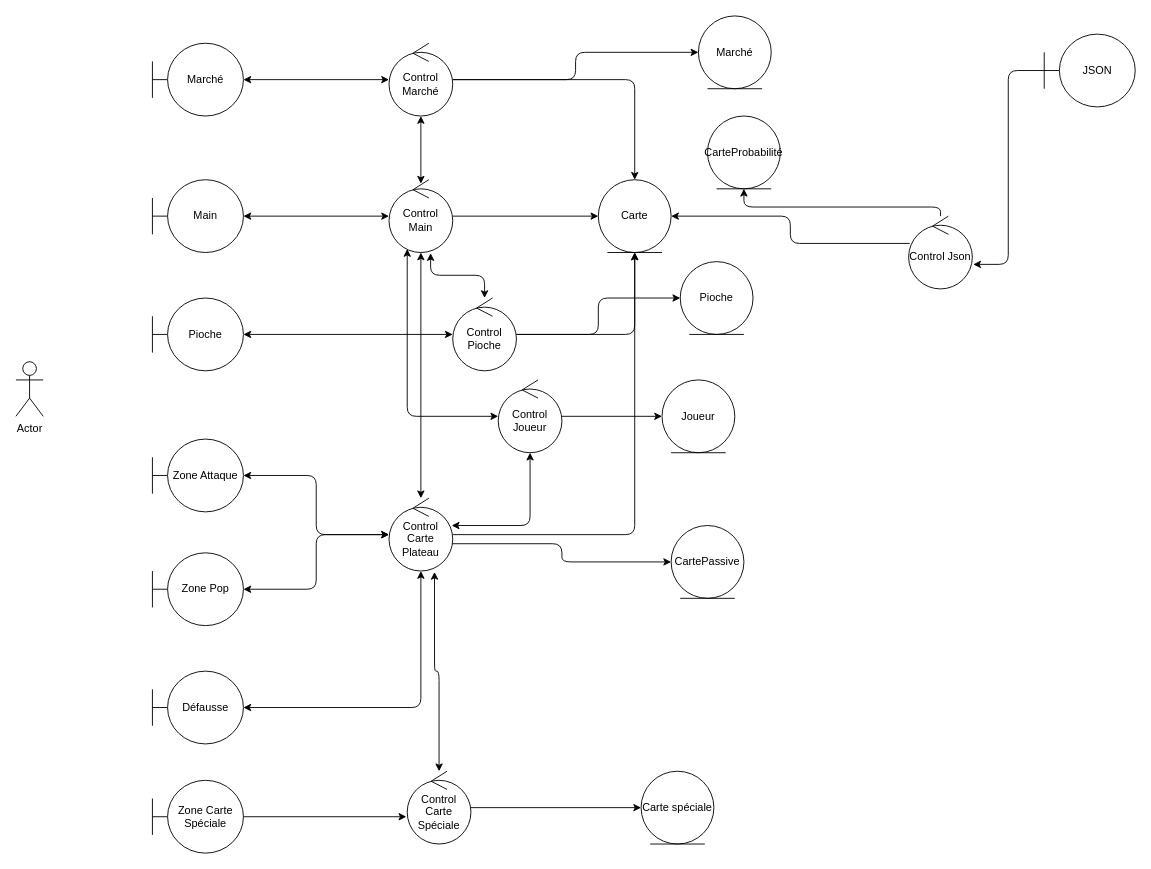
coco875/ProjetPirate keeps this draw.io diagram as Diagramme de robustesse.drawio. Above is the earlier version. Source tidied: cells renumbered, new cells numbered last; positions are measured from the earlier drawing's top-left corner, leaving out a move shared by most shapes. Both pictures are drawn from the tidied source at 91%, with x=0, y=0 at pixel (15, 15).
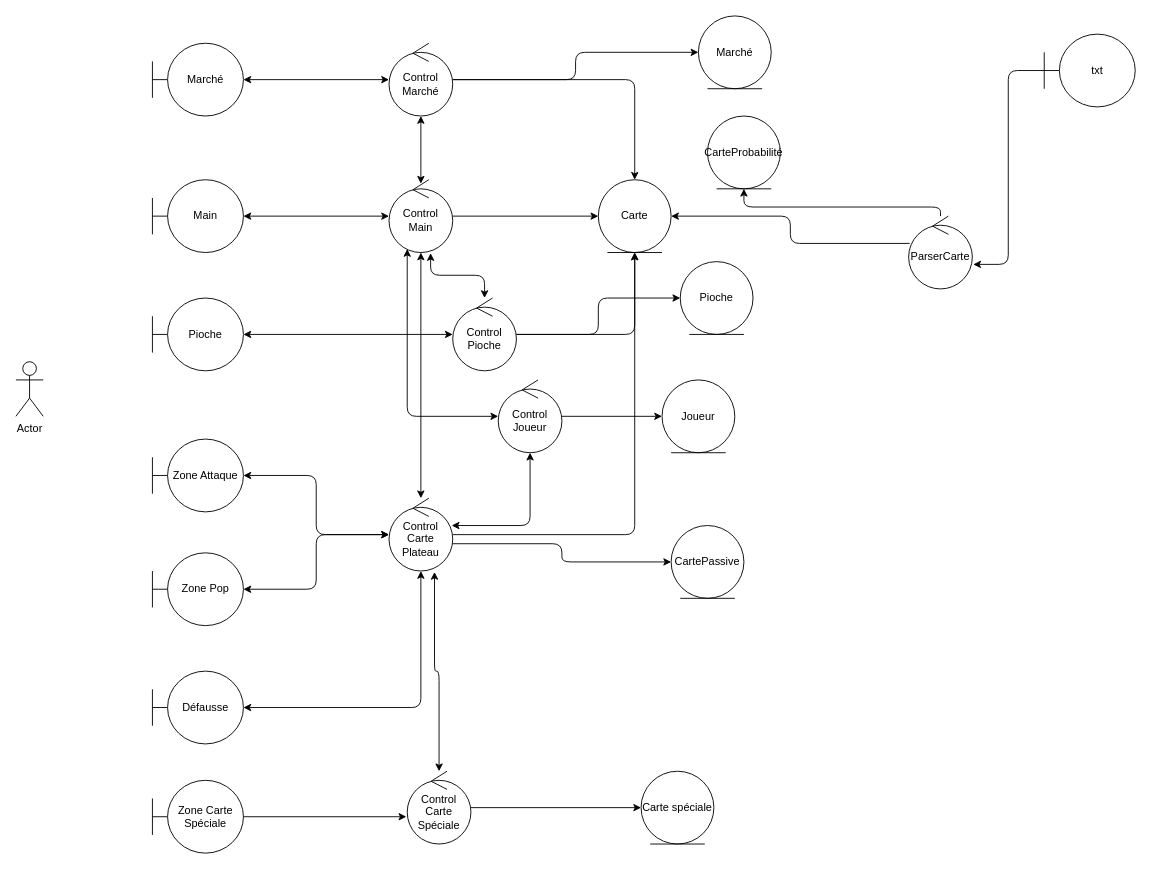
Above is the later version.

What changed in the source:
```diff
@@
-    <mxCell id="44" value="JSON" style="shape=umlBoundary;whiteSpace=wrap;html=1;" parent="1" vertex="1">
+    <mxCell id="44" value="txt" style="shape=umlBoundary;whiteSpace=wrap;html=1;" parent="1" vertex="1">
       <mxGeometry x="1130" y="20" width="100" height="80" as="geometry" />
     </mxCell>
@@
-    <mxCell id="47" value="Control Json" style="ellipse;shape=umlControl;whiteSpace=wrap;html=1;" parent="1" vertex="1">
+    <mxCell id="47" value="ParserCarte" style="ellipse;shape=umlControl;whiteSpace=wrap;html=1;" parent="1" vertex="1">
       <mxGeometry x="981" y="220" width="70" height="80" as="geometry" />
     </mxCell>
```
